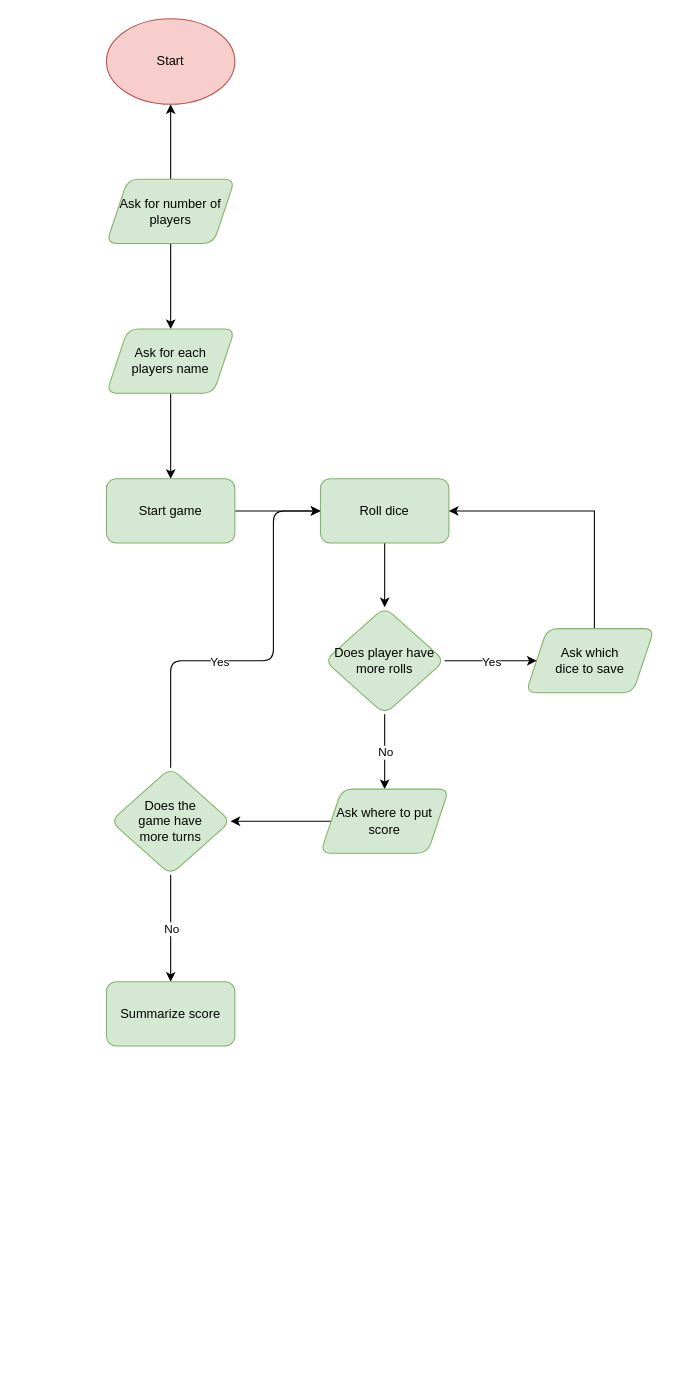
The draw.io diagram Untitled Diagram.drawio in Swesen/Yatzy, before the edit. Source tidied: cells renumbered, new cells numbered last; positions are measured from the earlier drawing's top-left corner, leaving out a move shared by most shapes. Both pictures are drawn from the tidied source at 107%, with x=0, y=0 at pixel (106, 18).
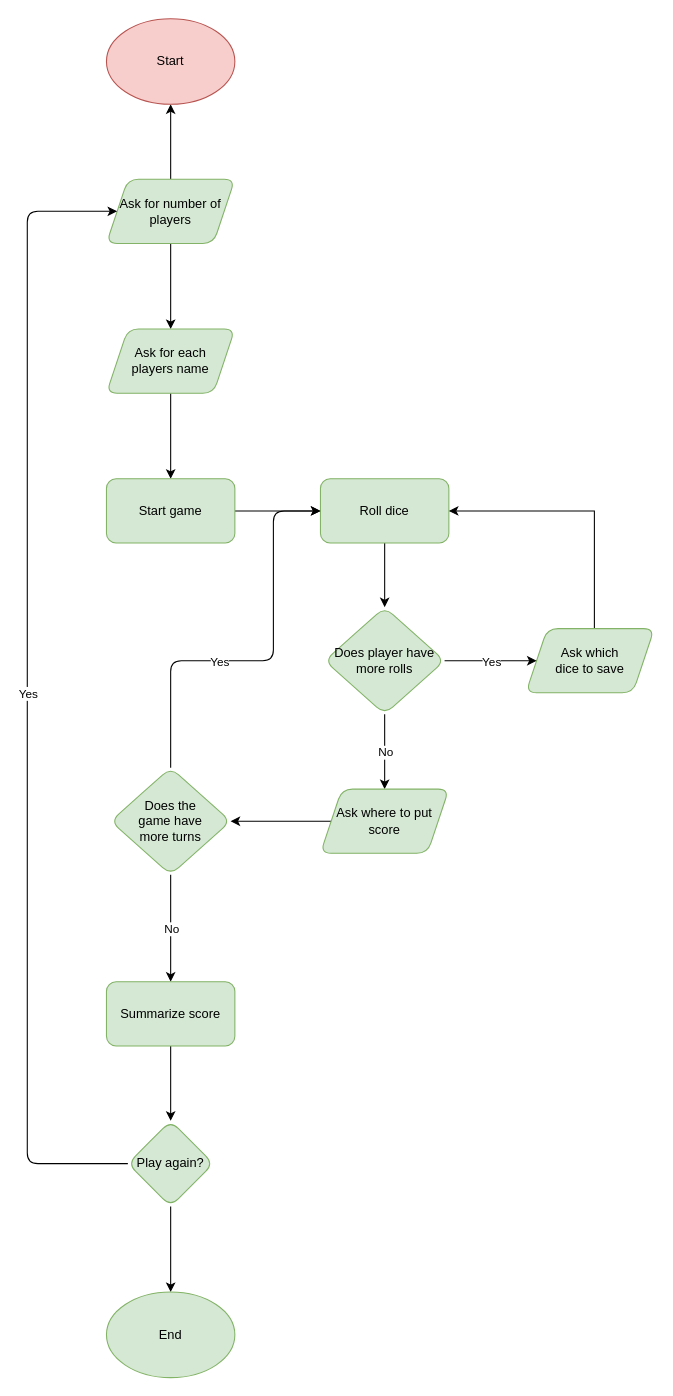
The same diagram, later.

The change refers to these unchanged cells:
```xml
<mxCell id="4" value="Ask for number of players" style="shape=parallelogram;perimeter=parallelogramPerimeter;whiteSpace=wrap;html=1;fixedSize=1;rounded=1;strokeColor=#82b366;fillColor=#d5e8d4;" parent="1" vertex="1">
  <mxGeometry y="150" width="120" height="60" as="geometry" />
</mxCell>
<mxCell id="26" value="Summarize score" style="rounded=1;whiteSpace=wrap;html=1;fillColor=#d5e8d4;strokeColor=#82b366;" parent="1" vertex="1">
  <mxGeometry y="900" width="120" height="60" as="geometry" />
</mxCell>
```

What changed in the source:
```diff
@@
+    <mxCell id="27" style="edgeStyle=orthogonalEdgeStyle;rounded=0;jettySize=auto;html=1;" parent="1" edge="1" source="26" target="29">
+      <mxGeometry relative="1" as="geometry" />
+    </mxCell>
@@
+    <mxCell id="28" style="edgeStyle=orthogonalEdgeStyle;rounded=0;jettySize=auto;html=1;" parent="1" edge="1" source="29" target="32">
+      <mxGeometry relative="1" as="geometry" />
+    </mxCell>
+    <mxCell id="29" value="Play again?" style="rhombus;whiteSpace=wrap;html=1;rounded=1;strokeColor=#82b366;fillColor=#d5e8d4;" parent="1" vertex="1">
+      <mxGeometry x="20" y="1030" width="80" height="80" as="geometry" />
+    </mxCell>
+    <mxCell id="30" style="endArrow=classic;html=1;exitX=0;exitY=0.5;exitDx=0;exitDy=0;entryX=0;entryY=0.5;entryDx=0;entryDy=0;" parent="1" edge="1" source="29" target="4">
+      <mxGeometry relative="1" as="geometry">
+        <Array as="points">
+          <mxPoint x="-74" y="1070" />
+          <mxPoint x="-74" y="180" />
+        </Array>
+      </mxGeometry>
+    </mxCell>
+    <mxCell id="31" value="Yes" style="edgeLabel;html=1;align=center;verticalAlign=middle;" parent="30" vertex="1">
+      <mxGeometry relative="1" as="geometry" />
+    </mxCell>
+    <mxCell id="32" value="End" style="ellipse;whiteSpace=wrap;html=1;rounded=1;strokeColor=#82b366;fillColor=#d5e8d4;" parent="1" vertex="1">
+      <mxGeometry y="1190" width="120" height="80" as="geometry" />
+    </mxCell>
```
